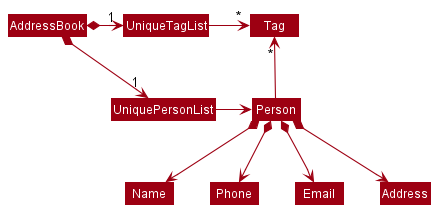
nus-cs2103-AY2223S2/tp keeps this PlantUML diagram as docs/images/BetterModelClassDiagram.png. Above is the earlier version.
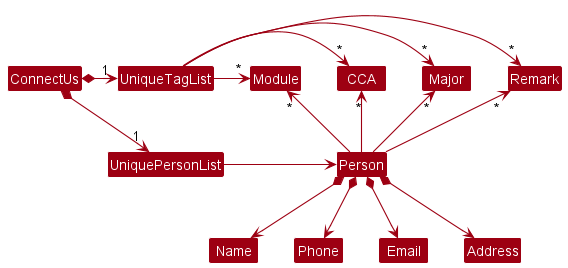
After the commit.

The edit, as a diff of the source:
```diff
@@ -4,15 +4,21 @@
 skinparam arrowColor MODEL_COLOR
 skinparam classBackgroundColor MODEL_COLOR
 
-AddressBook *-right-> "1" UniquePersonList
-AddressBook *-right-> "1" UniqueTagList
+ConnectUs *-right-> "1" UniquePersonList
+ConnectUs *-right-> "1" UniqueTagList
 UniqueTagList -[hidden]down- UniquePersonList
 UniqueTagList -[hidden]down- UniquePersonList
 
-UniqueTagList -right-> "*" Tag
+UniqueTagList -right-> "*" Remark
+UniqueTagList -right-> "*" Major
+UniqueTagList -right-> "*" CCA
+UniqueTagList -right-> "*" Module
 UniquePersonList -right-> Person
 
-Person -up-> "*" Tag
+Person -up-> "*" Module
+Person -up-> "*" CCA
+Person -up-> "*" Major
+Person -up-> "*" Remark
 
 Person *--> Name
 Person *--> Phone
```
